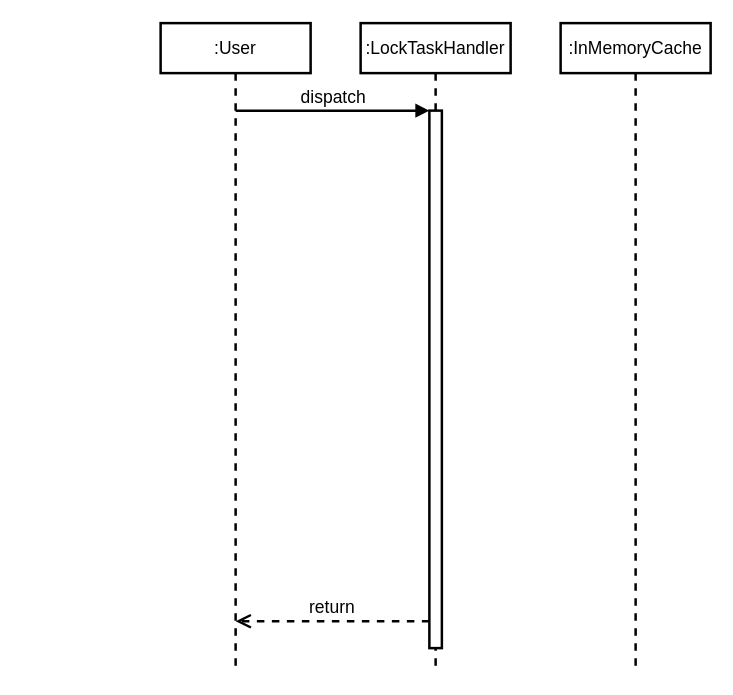
The draw.io diagram page "Get Task" (3 of 4) of Untitled Diagram.drawio in minhtran-q/documents, before the edit. Source tidied: cells renumbered, new cells numbered last; positions are measured from the earlier drawing's top-left corner, leaving out a move shared by most shapes. Both pictures are drawn from the tidied source at 125%, with x=0, y=0 at pixel (160, 22).
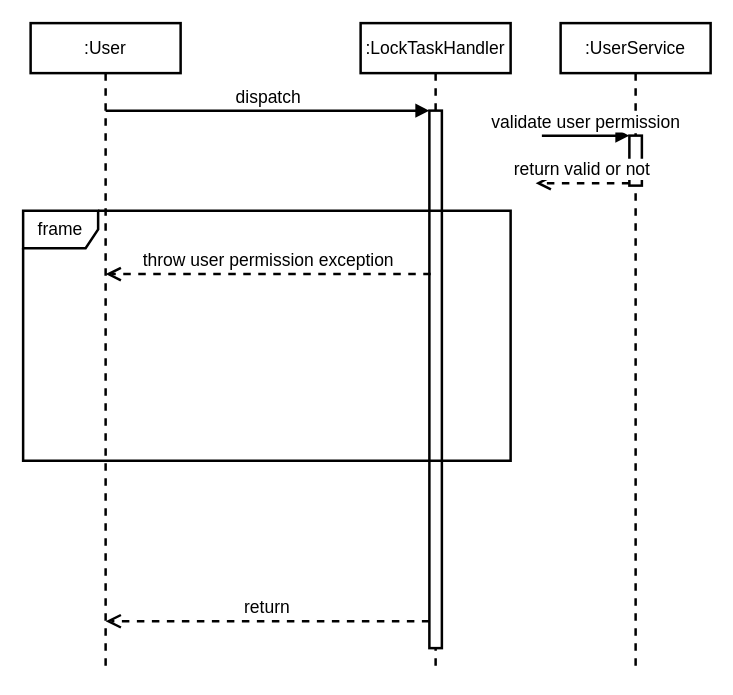
After the change.

Diff of the diagram source:
```diff
@@
 <mxGraphModel>
   <root>
     <mxCell id="0" />
     <mxCell id="1" parent="0" />
     <mxCell id="2" value=":User" style="shape=umlLifeline;perimeter=lifelinePerimeter;whiteSpace=wrap;html=1;outlineConnect=0;fontSize=14;strokeWidth=2;" parent="1" vertex="1">
-      <mxGeometry width="120" height="520" as="geometry" />
+      <mxGeometry x="-104" width="120" height="520" as="geometry" />
     </mxCell>
     <mxCell id="3" value=":LockTaskHandler" style="shape=umlLifeline;perimeter=lifelinePerimeter;whiteSpace=wrap;html=1;fontSize=14;strokeWidth=2;" parent="1" vertex="1">
       <mxGeometry x="160" width="120" height="520" as="geometry" />
     </mxCell>
     <mxCell id="4" style="html=1;points=[];perimeter=orthogonalPerimeter;fontSize=14;strokeWidth=2;" parent="3" vertex="1">
       <mxGeometry x="55" y="70" width="10" height="430" as="geometry" />
     </mxCell>
+    <mxCell id="8" value="frame" style="shape=umlFrame;whiteSpace=wrap;html=1;fontSize=14;strokeWidth=2;" parent="3" vertex="1">
+      <mxGeometry x="-270" y="150" width="390" height="200" as="geometry" />
+    </mxCell>
-    <mxCell id="5" value=":InMemoryCache" style="shape=umlLifeline;perimeter=lifelinePerimeter;whiteSpace=wrap;html=1;fontSize=14;strokeWidth=2;" parent="1" vertex="1">
+    <mxCell id="5" value=":UserService" style="shape=umlLifeline;perimeter=lifelinePerimeter;whiteSpace=wrap;html=1;fontSize=14;strokeWidth=2;" parent="1" vertex="1">
       <mxGeometry x="320" width="120" height="520" as="geometry" />
     </mxCell>
+    <mxCell id="9" style="html=1;points=[];perimeter=orthogonalPerimeter;fontSize=14;strokeWidth=2;" parent="5" vertex="1">
+      <mxGeometry x="55" y="90" width="10" height="40" as="geometry" />
+    </mxCell>
+    <mxCell id="10" value="validate user permission" style="html=1;verticalAlign=bottom;endArrow=block;entryX=0;entryY=0;rounded=0;fontSize=14;strokeWidth=2;" parent="5" edge="1" target="9">
+      <mxGeometry relative="1" as="geometry">
+        <mxPoint x="-15" y="90" as="sourcePoint" />
+      </mxGeometry>
+    </mxCell>
+    <mxCell id="11" value="return valid or not" style="html=1;verticalAlign=bottom;endArrow=open;dashed=1;endSize=8;exitX=0;exitY=0.95;rounded=0;fontSize=14;strokeWidth=2;" parent="5" edge="1" source="9">
+      <mxGeometry relative="1" as="geometry">
+        <mxPoint x="-20" y="128" as="targetPoint" />
+      </mxGeometry>
+    </mxCell>
     <mxCell id="6" value="dispatch" style="html=1;verticalAlign=bottom;endArrow=block;entryX=0;entryY=0;rounded=0;fontSize=14;strokeWidth=2;" parent="1" edge="1" source="2" target="4">
       <mxGeometry relative="1" as="geometry" />
     </mxCell>
     <mxCell id="7" value="return" style="html=1;verticalAlign=bottom;endArrow=open;dashed=1;endSize=8;exitX=0;exitY=0.95;rounded=0;fontSize=14;strokeWidth=2;" parent="1" edge="1" source="4" target="2">
       <mxGeometry relative="1" as="geometry" />
     </mxCell>
+    <mxCell id="12" value="throw user permission exception" style="html=1;verticalAlign=bottom;endArrow=open;dashed=1;endSize=8;rounded=0;fontSize=14;strokeWidth=2;exitX=0.111;exitY=0.304;exitDx=0;exitDy=0;exitPerimeter=0;" parent="1" edge="1" source="4" target="2">
+      <mxGeometry relative="1" as="geometry" />
+    </mxCell>
   </root>
 </mxGraphModel>
```
